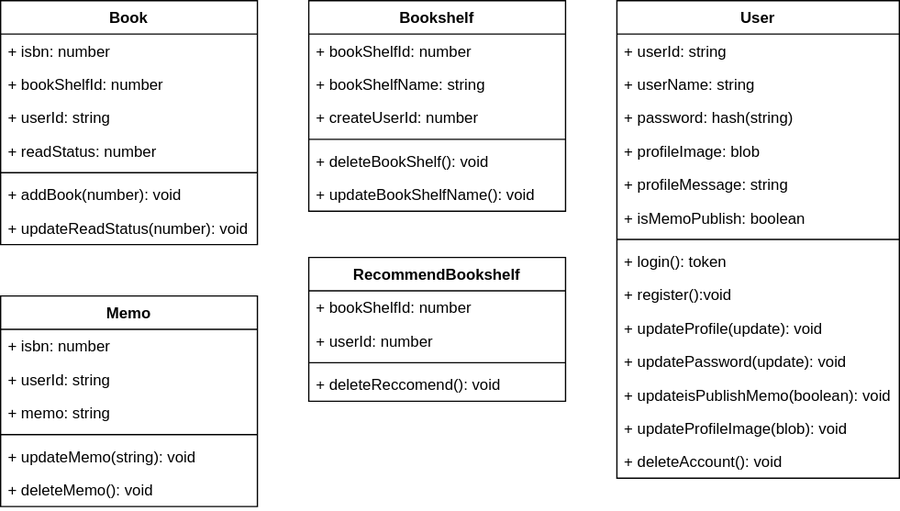
Above: _docs/UML/class.drawio.svg in ar4rpon/practice_docker (draw.io), before the change. Source tidied: cells renumbered, new cells last; positions are measured from the earlier drawing's top-left corner, leaving out a move shared by most shapes.
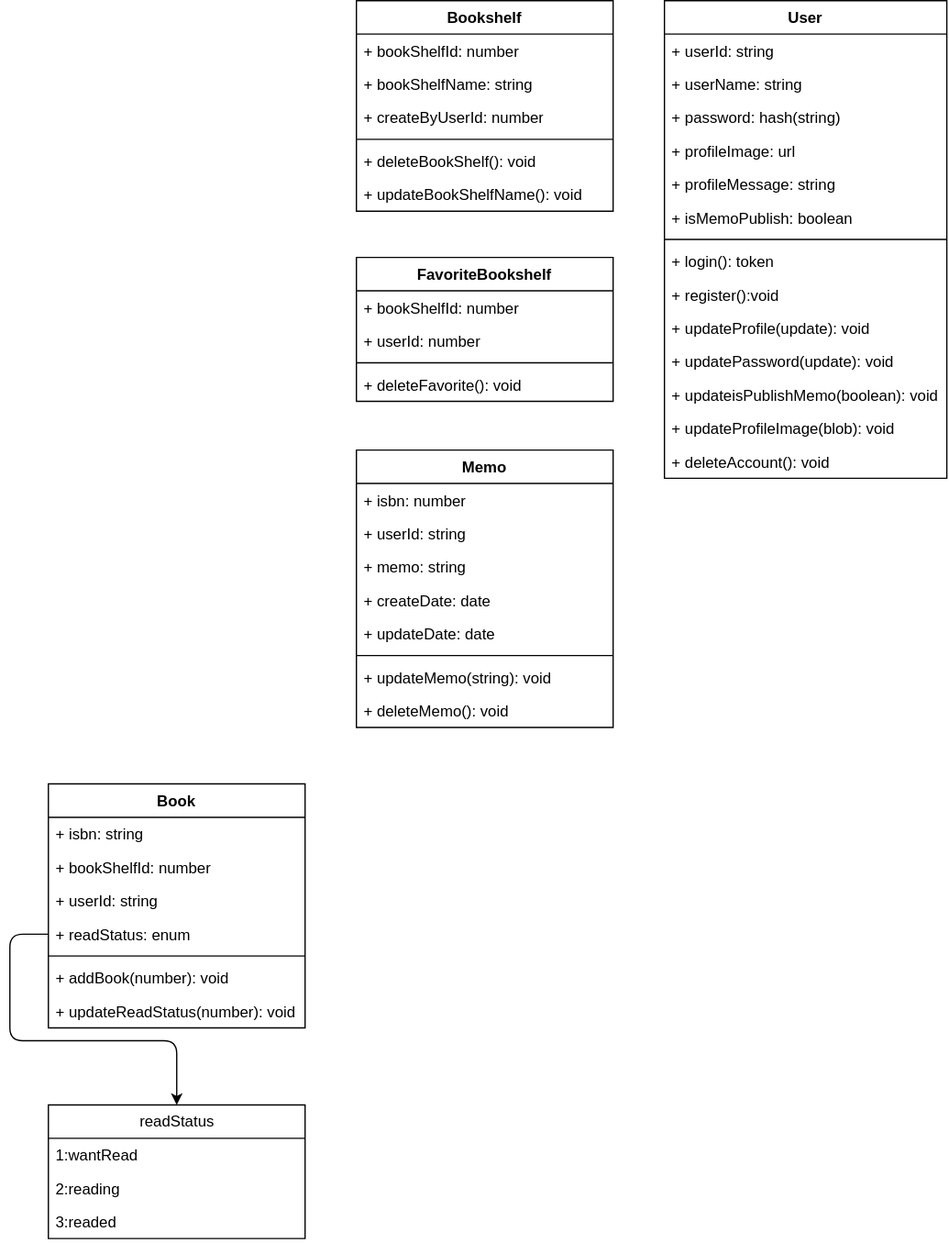
Later version of the same file.

Diff of the diagram source:
```diff
@@ -3,9 +3,9 @@
     <mxCell id="0" />
     <mxCell id="1" parent="0" />
     <mxCell id="2" value="Book" style="swimlane;fontStyle=1;align=center;verticalAlign=top;horizontal=1;startSize=26;" parent="1" vertex="1">
-      <mxGeometry width="200" height="190" as="geometry" />
+      <mxGeometry y="610" width="200" height="190" as="geometry" />
     </mxCell>
-    <mxCell id="3" value="+ isbn: number" style="text;strokeColor=none;fillColor=none;align=left;verticalAlign=top;spacingLeft=4;spacingRight=4;overflow=hidden;" parent="2" vertex="1">
+    <mxCell id="3" value="+ isbn: string" style="text;strokeColor=none;fillColor=none;align=left;verticalAlign=top;spacingLeft=4;spacingRight=4;overflow=hidden;" parent="2" vertex="1">
       <mxGeometry y="26" width="200" height="26" as="geometry" />
     </mxCell>
     <mxCell id="4" value="+ bookShelfId: number" style="text;strokeColor=none;fillColor=none;align=left;verticalAlign=top;spacingLeft=4;spacingRight=4;overflow=hidden;" parent="2" vertex="1">
@@ -14,7 +14,7 @@
     <mxCell id="5" value="+ userId: string" style="text;strokeColor=none;fillColor=none;align=left;verticalAlign=top;spacingLeft=4;spacingRight=4;overflow=hidden;" parent="2" vertex="1">
       <mxGeometry y="78" width="200" height="26" as="geometry" />
     </mxCell>
-    <mxCell id="6" value="+ readStatus: number" style="text;strokeColor=none;fillColor=none;align=left;verticalAlign=top;spacingLeft=4;spacingRight=4;overflow=hidden;points=[[0,0.5],[1,0.5]];portConstraint=eastwest;" parent="2" vertex="1">
+    <mxCell id="6" value="+ readStatus: enum" style="text;strokeColor=none;fillColor=none;align=left;verticalAlign=top;spacingLeft=4;spacingRight=4;overflow=hidden;points=[[0,0.5],[1,0.5]];portConstraint=eastwest;" parent="2" vertex="1">
       <mxGeometry y="104" width="200" height="26" as="geometry" />
     </mxCell>
     <mxCell id="7" style="line;strokeWidth=1;fillColor=none;align=left;verticalAlign=middle;spacingTop=-1;spacingLeft=3;spacingRight=3;labelPosition=right;strokeColor=inherit;" parent="2" vertex="1">
@@ -38,7 +38,7 @@
     <mxCell id="13" value="+ password: hash(string)" style="text;strokeColor=none;fillColor=none;align=left;verticalAlign=top;spacingLeft=4;spacingRight=4;overflow=hidden;" parent="10" vertex="1">
       <mxGeometry y="78" width="220" height="26" as="geometry" />
     </mxCell>
-    <mxCell id="14" value="+ profileImage: blob" style="text;strokeColor=none;fillColor=none;align=left;verticalAlign=top;spacingLeft=4;spacingRight=4;overflow=hidden;" parent="10" vertex="1">
+    <mxCell id="14" value="+ profileImage: url" style="text;strokeColor=none;fillColor=none;align=left;verticalAlign=top;spacingLeft=4;spacingRight=4;overflow=hidden;" parent="10" vertex="1">
       <mxGeometry y="104" width="220" height="26" as="geometry" />
     </mxCell>
     <mxCell id="15" value="+ profileMessage: string" style="text;strokeColor=none;fillColor=none;align=left;verticalAlign=top;spacingLeft=4;spacingRight=4;overflow=hidden;" parent="10" vertex="1">
@@ -72,7 +72,7 @@
       <mxGeometry y="346" width="220" height="26" as="geometry" />
     </mxCell>
     <mxCell id="25" value="Memo" style="swimlane;fontStyle=1;align=center;verticalAlign=top;horizontal=1;startSize=26;" parent="1" vertex="1">
-      <mxGeometry y="230" width="200" height="164" as="geometry" />
+      <mxGeometry x="240" y="350" width="200" height="216" as="geometry" />
     </mxCell>
     <mxCell id="26" value="+ isbn: number" style="text;strokeColor=none;fillColor=none;align=left;verticalAlign=top;spacingLeft=4;spacingRight=4;overflow=hidden;" parent="25" vertex="1">
       <mxGeometry y="26" width="200" height="26" as="geometry" />
@@ -80,17 +80,23 @@
     <mxCell id="27" value="+ userId: string" style="text;strokeColor=none;fillColor=none;align=left;verticalAlign=top;spacingLeft=4;spacingRight=4;overflow=hidden;" parent="25" vertex="1">
       <mxGeometry y="52" width="200" height="26" as="geometry" />
     </mxCell>
+    <mxCell id="44" value="+ memo: string" style="text;strokeColor=none;fillColor=none;align=left;verticalAlign=top;spacingLeft=4;spacingRight=4;overflow=hidden;" parent="25" vertex="1">
+      <mxGeometry y="78" width="200" height="26" as="geometry" />
+    </mxCell>
+    <mxCell id="45" value="+ createDate: date" style="text;strokeColor=none;fillColor=none;align=left;verticalAlign=top;spacingLeft=4;spacingRight=4;overflow=hidden;" parent="25" vertex="1">
+      <mxGeometry y="104" width="200" height="26" as="geometry" />
+    </mxCell>
-    <mxCell id="28" value="+ memo: string" style="text;strokeColor=none;fillColor=none;align=left;verticalAlign=top;spacingLeft=4;spacingRight=4;overflow=hidden;" parent="25" vertex="1">
-      <mxGeometry y="78" width="200" height="26" as="geometry" />
+    <mxCell id="28" value="+ updateDate: date" style="text;strokeColor=none;fillColor=none;align=left;verticalAlign=top;spacingLeft=4;spacingRight=4;overflow=hidden;" parent="25" vertex="1">
+      <mxGeometry y="130" width="200" height="26" as="geometry" />
     </mxCell>
     <mxCell id="29" style="line;strokeWidth=1;fillColor=none;align=left;verticalAlign=middle;spacingTop=-1;spacingLeft=3;spacingRight=3;labelPosition=right;strokeColor=inherit;" parent="25" vertex="1">
-      <mxGeometry y="104" width="200" height="8" as="geometry" />
+      <mxGeometry y="156" width="200" height="8" as="geometry" />
     </mxCell>
     <mxCell id="30" value="+ updateMemo(string): void" style="text;strokeColor=none;fillColor=none;align=left;verticalAlign=top;spacingLeft=4;spacingRight=4;overflow=hidden;" parent="25" vertex="1">
-      <mxGeometry y="112" width="200" height="26" as="geometry" />
+      <mxGeometry y="164" width="200" height="26" as="geometry" />
     </mxCell>
     <mxCell id="31" value="+ deleteMemo(): void" style="text;strokeColor=none;fillColor=none;align=left;verticalAlign=top;spacingLeft=4;spacingRight=4;overflow=hidden;" parent="25" vertex="1">
-      <mxGeometry y="138" width="200" height="26" as="geometry" />
+      <mxGeometry y="190" width="200" height="26" as="geometry" />
     </mxCell>
     <mxCell id="32" value="Bookshelf" style="swimlane;fontStyle=1;align=center;verticalAlign=top;horizontal=1;startSize=26;" parent="1" vertex="1">
       <mxGeometry x="240" width="200" height="164" as="geometry" />
@@ -101,7 +107,7 @@
     <mxCell id="34" value="+ bookShelfName: string" style="text;strokeColor=none;fillColor=none;align=left;verticalAlign=top;spacingLeft=4;spacingRight=4;overflow=hidden;" parent="32" vertex="1">
       <mxGeometry y="52" width="200" height="26" as="geometry" />
     </mxCell>
-    <mxCell id="35" value="+ createUserId: number" style="text;strokeColor=none;fillColor=none;align=left;verticalAlign=top;spacingLeft=4;spacingRight=4;overflow=hidden;" parent="32" vertex="1">
+    <mxCell id="35" value="+ createByUserId: number" style="text;strokeColor=none;fillColor=none;align=left;verticalAlign=top;spacingLeft=4;spacingRight=4;overflow=hidden;html=1;" parent="32" vertex="1">
       <mxGeometry y="78" width="200" height="26" as="geometry" />
     </mxCell>
     <mxCell id="36" style="line;strokeWidth=1;fillColor=none;align=left;verticalAlign=middle;spacingTop=-1;spacingLeft=3;spacingRight=3;labelPosition=right;strokeColor=inherit;" parent="32" vertex="1">
@@ -113,7 +119,7 @@
     <mxCell id="38" value="+ updateBookShelfName(): void" style="text;strokeColor=none;fillColor=none;align=left;verticalAlign=top;spacingLeft=4;spacingRight=4;overflow=hidden;" parent="32" vertex="1">
       <mxGeometry y="138" width="200" height="26" as="geometry" />
     </mxCell>
-    <mxCell id="39" value="RecommendBookshelf" style="swimlane;fontStyle=1;align=center;verticalAlign=top;horizontal=1;startSize=26;" parent="1" vertex="1">
+    <mxCell id="39" value="FavoriteBookshelf" style="swimlane;fontStyle=1;align=center;verticalAlign=top;horizontal=1;startSize=26;" parent="1" vertex="1">
       <mxGeometry x="240" y="200" width="200" height="112" as="geometry" />
     </mxCell>
     <mxCell id="40" value="+ bookShelfId: number" style="text;strokeColor=none;fillColor=none;align=left;verticalAlign=top;spacingLeft=4;spacingRight=4;overflow=hidden;" parent="39" vertex="1">
@@ -125,8 +131,29 @@
     <mxCell id="42" style="line;strokeWidth=1;fillColor=none;align=left;verticalAlign=middle;spacingTop=-1;spacingLeft=3;spacingRight=3;labelPosition=right;strokeColor=inherit;" parent="39" vertex="1">
       <mxGeometry y="78" width="200" height="8" as="geometry" />
     </mxCell>
-    <mxCell id="43" value="+ deleteReccomend(): void" style="text;strokeColor=none;fillColor=none;align=left;verticalAlign=top;spacingLeft=4;spacingRight=4;overflow=hidden;" parent="39" vertex="1">
+    <mxCell id="43" value="+ deleteFavorite(): void" style="text;strokeColor=none;fillColor=none;align=left;verticalAlign=top;spacingLeft=4;spacingRight=4;overflow=hidden;" parent="39" vertex="1">
       <mxGeometry y="86" width="200" height="26" as="geometry" />
     </mxCell>
+    <mxCell id="46" value="&lt;span style=&quot;text-align: left;&quot;&gt;readStatus&lt;/span&gt;" style="swimlane;fontStyle=0;horizontal=1;startSize=26;fillColor=none;html=1;" parent="1" vertex="1">
+      <mxGeometry y="860" width="200" height="104" as="geometry" />
+    </mxCell>
+    <mxCell id="47" value="1:wantRead" style="text;strokeColor=none;fillColor=none;align=left;verticalAlign=top;spacingLeft=4;spacingRight=4;overflow=hidden;html=1;" parent="46" vertex="1">
+      <mxGeometry y="26" width="200" height="26" as="geometry" />
+    </mxCell>
+    <mxCell id="48" value="2:reading" style="text;strokeColor=none;fillColor=none;align=left;verticalAlign=top;spacingLeft=4;spacingRight=4;overflow=hidden;html=1;" parent="46" vertex="1">
+      <mxGeometry y="52" width="200" height="26" as="geometry" />
+    </mxCell>
+    <mxCell id="49" value="3:readed" style="text;strokeColor=none;fillColor=none;align=left;verticalAlign=top;spacingLeft=4;spacingRight=4;overflow=hidden;html=1;" parent="46" vertex="1">
+      <mxGeometry y="78" width="200" height="26" as="geometry" />
+    </mxCell>
+    <mxCell id="50" style="edgeStyle=none;html=1;exitX=0;exitY=0.5;exitDx=0;exitDy=0;entryX=0.5;entryY=0;entryDx=0;entryDy=0;" parent="1" edge="1" source="6" target="46">
+      <mxGeometry relative="1" as="geometry">
+        <Array as="points">
+          <mxPoint x="-30" y="727" />
+          <mxPoint x="-30" y="810" />
+          <mxPoint x="100" y="810" />
+        </Array>
+      </mxGeometry>
+    </mxCell>
   </root>
 </mxGraphModel>
```
